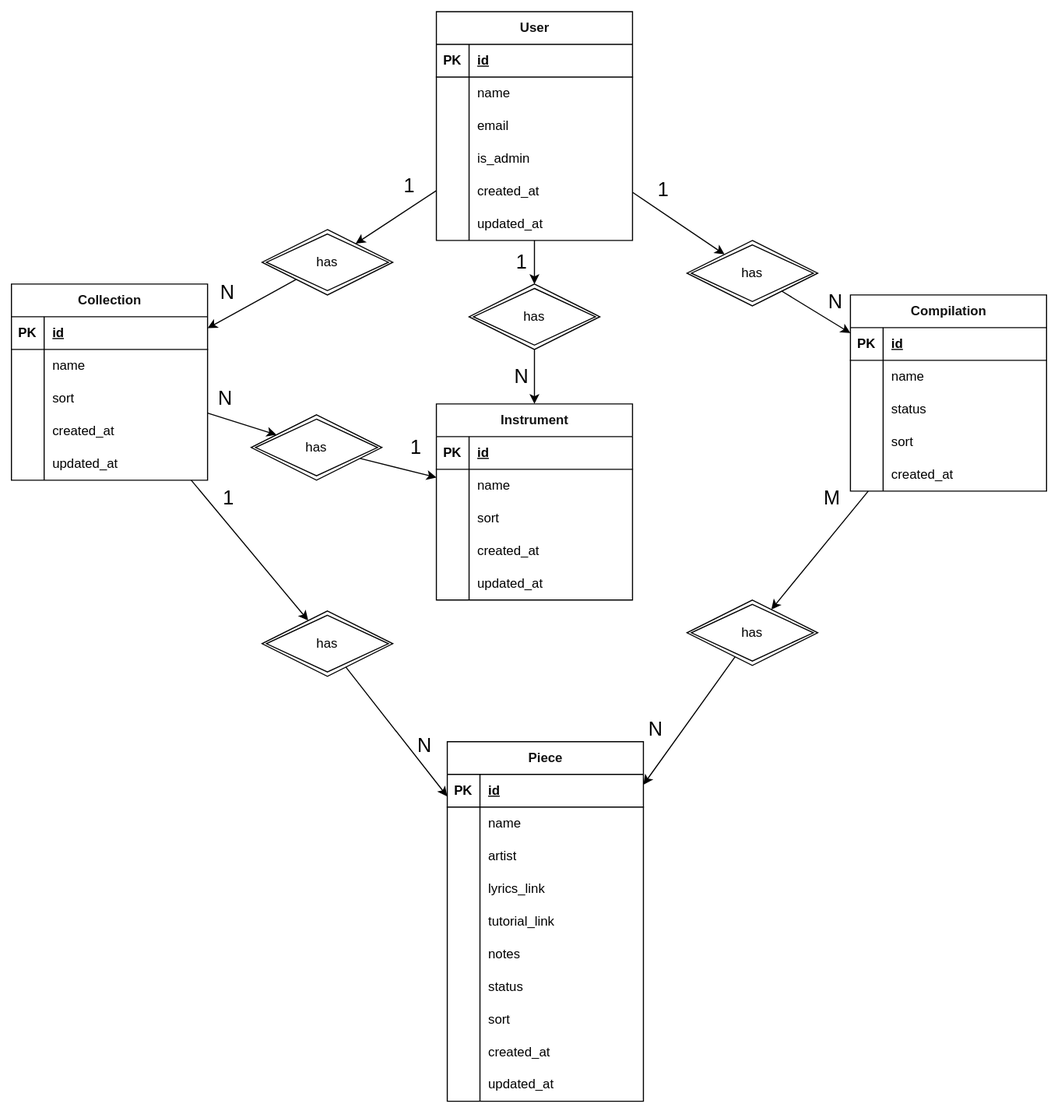
This is docs/diagrams/db-schema.drawio.svg from lachyduthy06/simple-music-manager, a draw.io export, as it was before one commit. Source tidied: cells renumbered, new cells last; positions are measured from the earlier drawing's top-left corner, leaving out a move shared by most shapes.
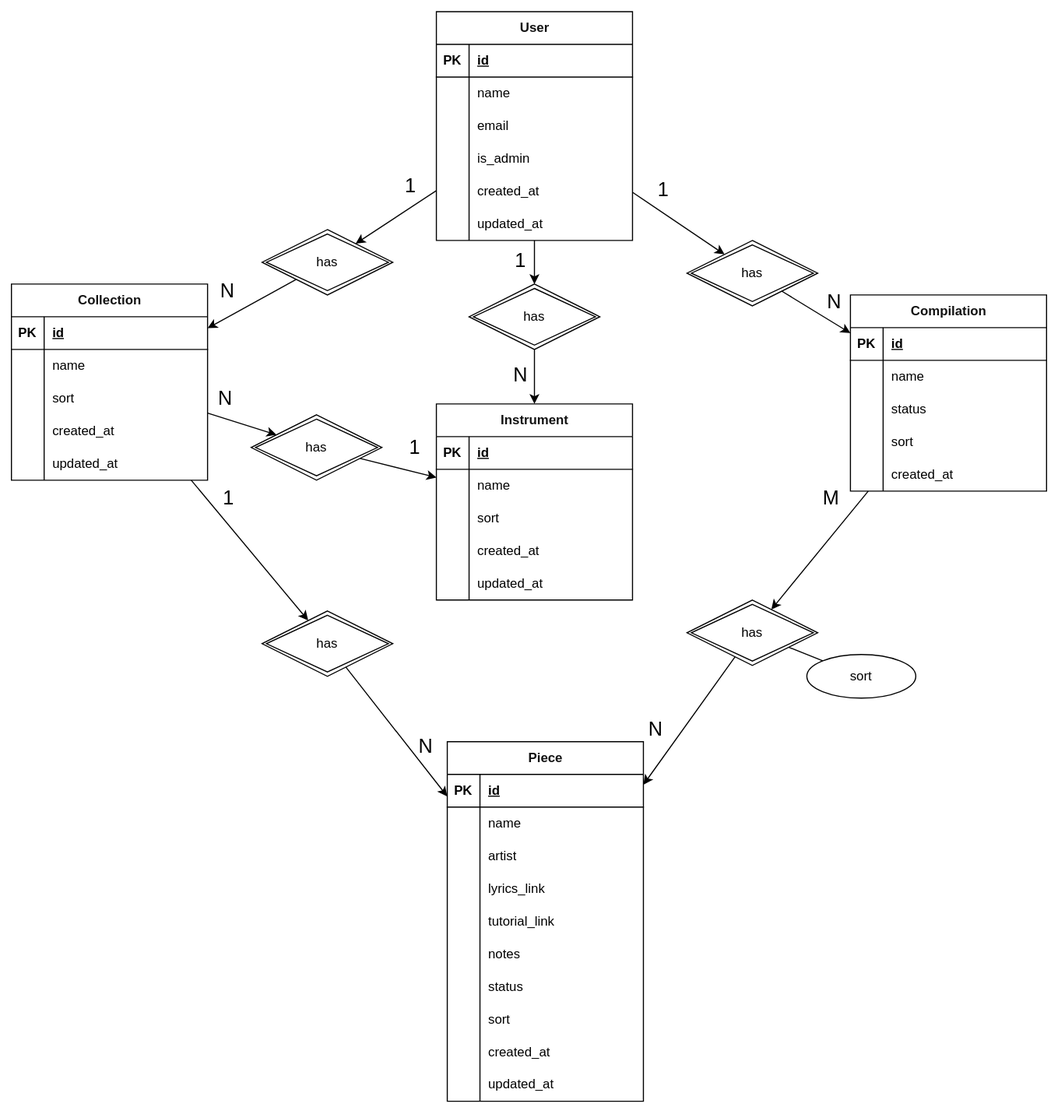
After the commit.

Commit message:
feat/docs: fully implemented sorting (collections in sidebar, pieces within collections) + little ERD completion

Diff of the diagram source:
```diff
@@ -407,8 +407,14 @@
         <mxPoint x="-11" y="-26" as="offset" />
       </mxGeometry>
     </mxCell>
+    <mxCell id="130" style="edgeStyle=none;html=1;endArrow=none;endFill=0;" parent="1" edge="1" source="129" target="131">
+      <mxGeometry relative="1" as="geometry" />
+    </mxCell>
     <mxCell id="129" value="&lt;span style=&quot;background-color: light-dark(#ffffff, var(--ge-dark-color, #121212));&quot;&gt;has&lt;/span&gt;" style="shape=rhombus;double=1;perimeter=rhombusPerimeter;whiteSpace=wrap;html=1;align=center;labelBackgroundColor=default;fillColor=#FFFFFF;" parent="1" vertex="1">
       <mxGeometry x="620" y="540" width="120" height="60" as="geometry" />
     </mxCell>
+    <mxCell id="131" value="sort" style="ellipse;whiteSpace=wrap;html=1;align=center;" parent="1" vertex="1">
+      <mxGeometry x="730" y="590" width="100" height="40" as="geometry" />
+    </mxCell>
   </root>
 </mxGraphModel>
```
